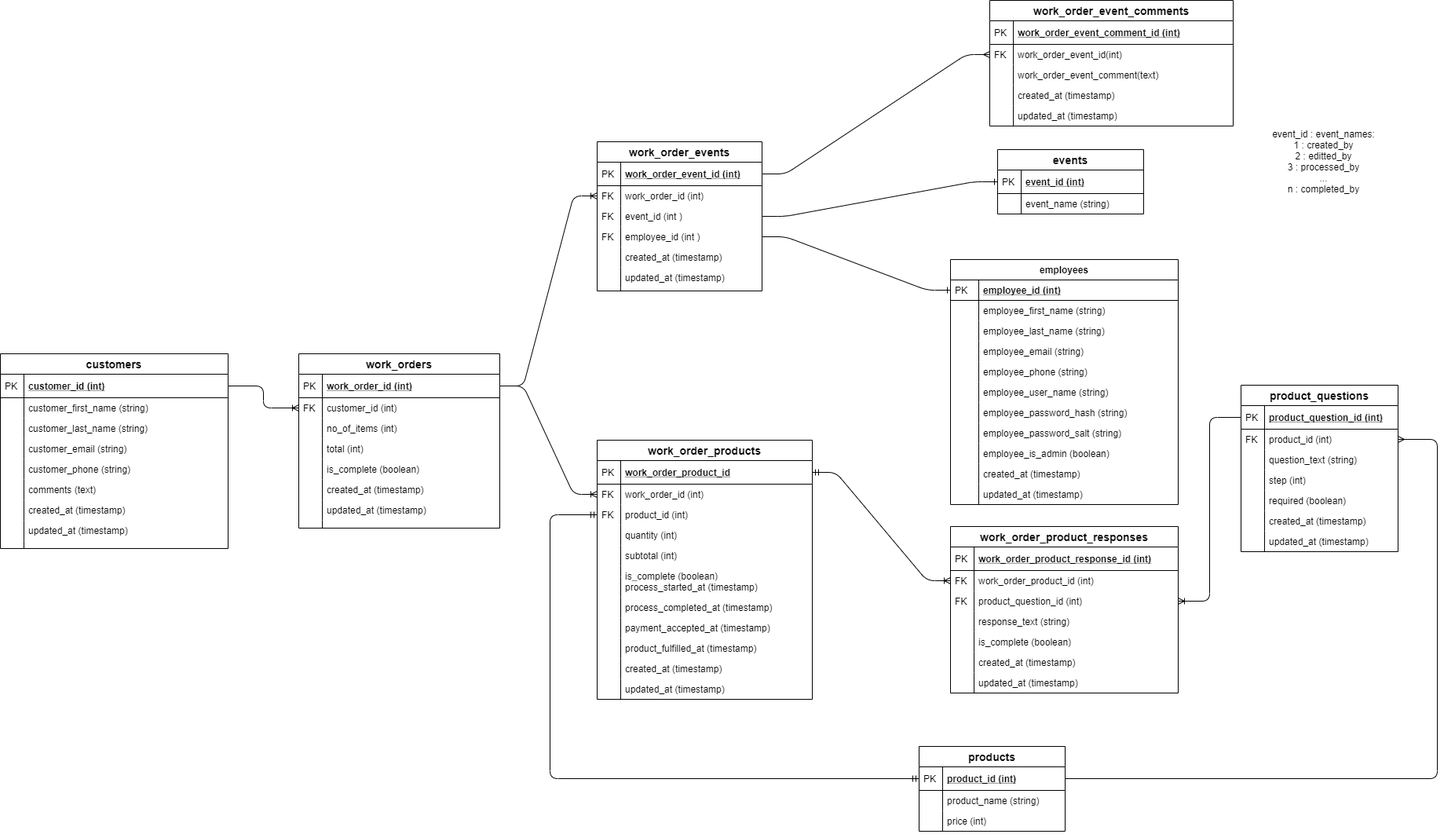
This is db_schema_view.png from openorderapp/documentation, a draw.io export, as it was before one commit. Source tidied: cells renumbered, new cells last; positions are measured from the earlier drawing's top-left corner, leaving out a move shared by most shapes.
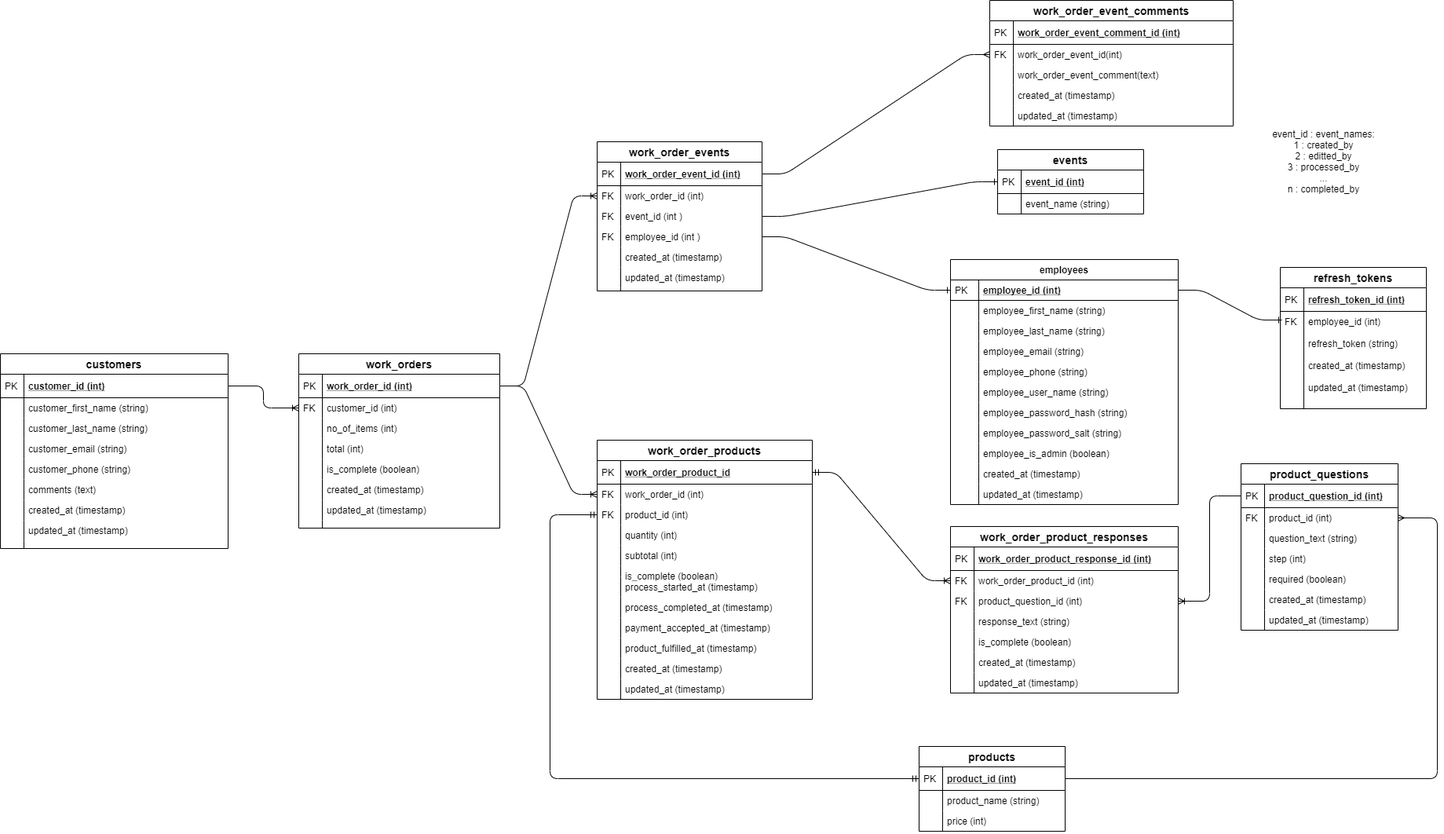
After the commit.

Commit message:
Add refresh_tokens table on diagram

Change to the diagram source:
```diff
@@ -20,7 +20,7 @@
       <mxGeometry relative="1" as="geometry">
         <Array as="points">
           <mxPoint x="1830" y="991" />
-          <mxPoint x="1830" y="559" />
+          <mxPoint x="1830" y="659" />
         </Array>
       </mxGeometry>
     </mxCell>
@@ -184,7 +184,7 @@
       <mxGeometry width="30" height="26" as="geometry" />
     </mxCell>
     <mxCell id="59" value="product_questions" style="swimlane;fontStyle=1;horizontal=1;startSize=26;align=center;fontSize=14;" parent="1" vertex="1">
-      <mxGeometry x="1580" y="490" width="200" height="212" as="geometry" />
+      <mxGeometry x="1580" y="590" width="200" height="212" as="geometry" />
     </mxCell>
     <mxCell id="60" value="product_question_id (int)" style="shape=partialRectangle;top=0;left=0;right=0;bottom=1;align=left;verticalAlign=middle;fillColor=none;spacingLeft=34;spacingRight=4;overflow=hidden;points=[[0,0.5],[1,0.5]];portConstraint=eastwest;fontStyle=5;fontSize=12;" parent="59" vertex="1">
       <mxGeometry y="26" width="200" height="30" as="geometry" />
@@ -501,5 +501,23 @@
     <mxCell id="164" style="shape=partialRectangle;top=0;left=0;bottom=0;fillColor=none;align=left;verticalAlign=top;spacingLeft=4;spacingRight=4;overflow=hidden;fontSize=12;" parent="163" vertex="1">
       <mxGeometry width="30" height="26" as="geometry" />
     </mxCell>
+    <mxCell id="165" value="refresh_tokens" style="swimlane;fontStyle=1;horizontal=1;startSize=26;align=center;fontSize=14;" parent="1" vertex="1">
+      <mxGeometry x="1630" y="340" width="186" height="180" as="geometry" />
+    </mxCell>
+    <mxCell id="166" value="refresh_token_id (int)" style="shape=partialRectangle;top=0;left=0;right=0;bottom=1;align=left;verticalAlign=middle;fillColor=none;spacingLeft=34;spacingRight=4;overflow=hidden;fontStyle=5;fontSize=12;" parent="165" vertex="1">
+      <mxGeometry y="26" width="186" height="30" as="geometry" />
+    </mxCell>
+    <mxCell id="167" value="PK" style="shape=partialRectangle;top=0;left=0;bottom=0;fillColor=none;align=left;verticalAlign=middle;spacingLeft=4;spacingRight=4;overflow=hidden;fontSize=12;" parent="166" vertex="1">
+      <mxGeometry width="30" height="30" as="geometry" />
+    </mxCell>
+    <mxCell id="168" value="employee_id (int)&#10;&#10;refresh_token (string)&#10;&#10;created_at (timestamp)&#10;&#10;updated_at (timestamp)" style="shape=partialRectangle;top=0;left=0;right=0;bottom=0;align=left;verticalAlign=top;fillColor=none;spacingLeft=34;spacingRight=4;overflow=hidden;points=[[0,0.5],[1,0.5]];portConstraint=eastwest;fontSize=12;" parent="165" vertex="1">
+      <mxGeometry y="56" width="186" height="124" as="geometry" />
+    </mxCell>
+    <mxCell id="169" value="FK" style="shape=partialRectangle;top=0;left=0;bottom=0;fillColor=none;align=left;verticalAlign=top;spacingLeft=4;spacingRight=4;overflow=hidden;fontSize=12;" parent="168" vertex="1">
+      <mxGeometry width="30" height="124" as="geometry" />
+    </mxCell>
+    <mxCell id="170" style="edgeStyle=entityRelationEdgeStyle;fontSize=12;html=1;endArrow=ERone;endFill=1;exitX=1;exitY=0.5;exitDx=0;exitDy=0;entryX=0.011;entryY=0.089;entryDx=0;entryDy=0;entryPerimeter=0;" parent="1" edge="1" source="127" target="168">
+      <mxGeometry relative="1" as="geometry" />
+    </mxCell>
   </root>
 </mxGraphModel>
```
